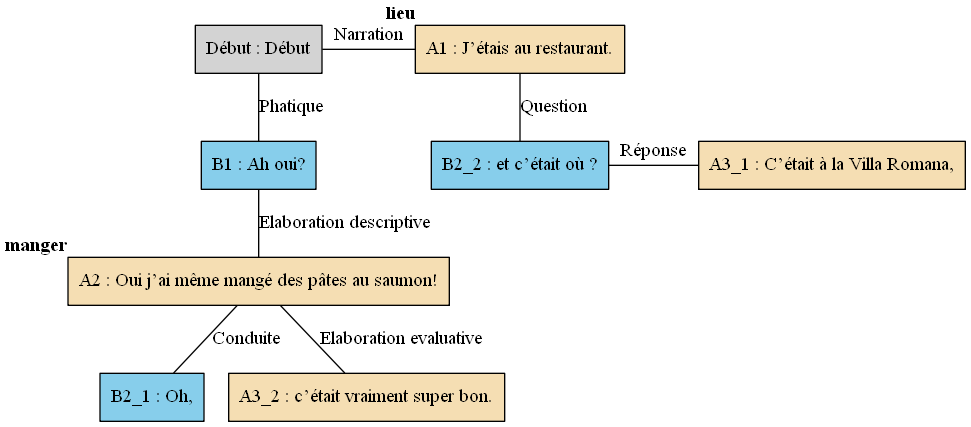
This is arbres/Bac_a_sable/Bac_a_sable_-_C03.gv.png from AlaixComet/AnnotationSlamPTut, a Graphviz export, as it was before one commit. Its source is kept beside it as arbres/Bac_a_sable/Bac_a_sable_-_C03.gv.
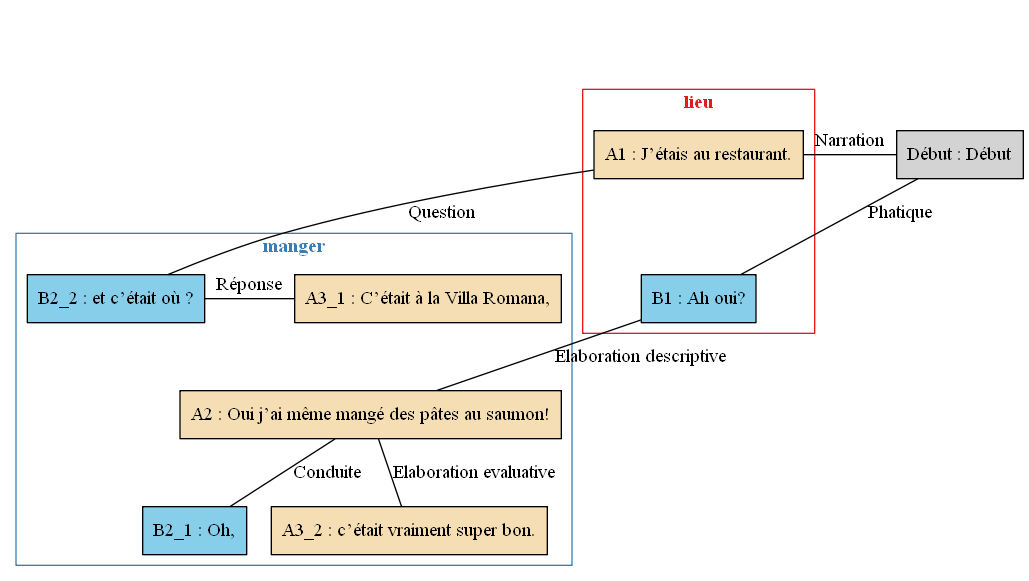
After the change.

Diff of the diagram source:
```diff
@@ -1,28 +1,42 @@
 digraph C03 {
 	node [shape=box style=filled]
-	"Début" [label="Début : Début" xlabel=""]
-	A1 [label="A1 : J’étais au restaurant." fillcolor=wheat xlabel=<<B>lieu</B>>]
-	B1 [label="B1 : Ah oui?" fillcolor=skyblue xlabel=""]
-	A2 [label="A2 : Oui j’ai même mangé des pâtes au saumon!" fillcolor=wheat xlabel=<<B>manger</B>>]
-	B2_1 [label="B2_1 : Oh," fillcolor=skyblue xlabel=""]
-	B2_2 [label="B2_2 : et c’était où ?" fillcolor=skyblue xlabel=""]
-	A3_1 [label="A3_1 : C’était à la Villa Romana," fillcolor=wheat xlabel=""]
-	A3_2 [label="A3_2 : c’était vraiment super bon." fillcolor=wheat xlabel=""]
-	{
-		rank=same
-		"Début"
+	newrank=true
+	zero [style=invis]
+	"Début" [label="Début : Début"]
+	A1 [label="A1 : J’étais au restaurant." fillcolor=wheat]
+	B1 [label="B1 : Ah oui?" fillcolor=skyblue]
+	A2 [label="A2 : Oui j’ai même mangé des pâtes au saumon!" fillcolor=wheat]
+	B2_1 [label="B2_1 : Oh," fillcolor=skyblue]
+	B2_2 [label="B2_2 : et c’était où ?" fillcolor=skyblue]
+	A3_1 [label="A3_1 : C’était à la Villa Romana," fillcolor=wheat]
+	A3_2 [label="A3_2 : c’était vraiment super bon." fillcolor=wheat]
+	zero -> "Début" [label="" style=invis]
+	zero -> A1 [style=invis weight=1]
+	"Début" -> A1 [label=Narration constraint=false dir=none]
+	B1 -> A2 [label="Elaboration descriptive" dir=none weight=2]
+	A2 -> B2_1 [label=Conduite dir=none weight=2]
+	A1 -> B2_2 [label=Question dir=none weight=2]
+	A1 -> A3_1 [style=invis weight=1]
+	B2_2 -> A3_1 [label="Réponse" constraint=false dir=none]
+	A2 -> A3_2 [label="Elaboration evaluative" dir=none weight=2]
+	"Début" -> B1 [label=Phatique dir=none weight=2]
+	subgraph cluster_1 {
+		label=<<B>lieu</B>>
+		colorscheme=set19
+		color=1
+		fontcolor=1
 		A1
-		"Début" -> A1 [label=Narration dir=none]
+		B1
 	}
-	B1 -> A2 [label="Elaboration descriptive" dir=none]
-	A2 -> B2_1 [label=Conduite dir=none]
-	A1 -> B2_2 [label=Question dir=none]
-	{
-		rank=same
+	subgraph cluster_2 {
+		label=<<B>manger</B>>
+		colorscheme=set19
+		color=2
+		fontcolor=2
+		A2
+		B2_1
 		B2_2
 		A3_1
-		B2_2 -> A3_1 [label="Réponse" dir=none]
+		A3_2
 	}
-	A2 -> A3_2 [label="Elaboration evaluative" dir=none]
-	"Début" -> B1 [label=Phatique dir=none]
 }
```
